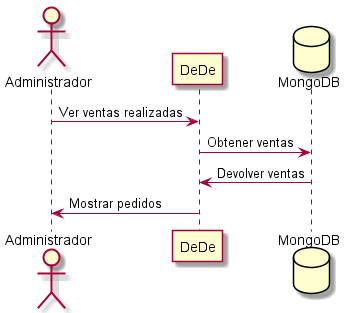
Earlier version of the PlantUML export images/Ver ventas realizadas.png (Arquisoft/Arquisoft-dede_es_02b).
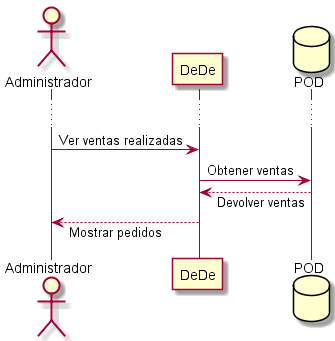
Later version of the same file.

Change to the diagram source:
```diff
@@ -1,9 +1,13 @@
 @startuml
 actor Administrador
 participant "DeDe"
-database "MongoDB"
+database "POD"
+
+skinparam responseMessageBelowArrow true
+...
+
 Administrador -> "DeDe": Ver ventas realizadas
-"DeDe" -> "MongoDB": Obtener ventas
-"MongoDB" -> "DeDe": Devolver ventas
-"DeDe" -> "Administrador": Mostrar pedidos
+"DeDe" -> "POD": Obtener ventas
+"POD" --> "DeDe": Devolver ventas
+"DeDe" --> "Administrador": Mostrar pedidos
 @enduml
```
